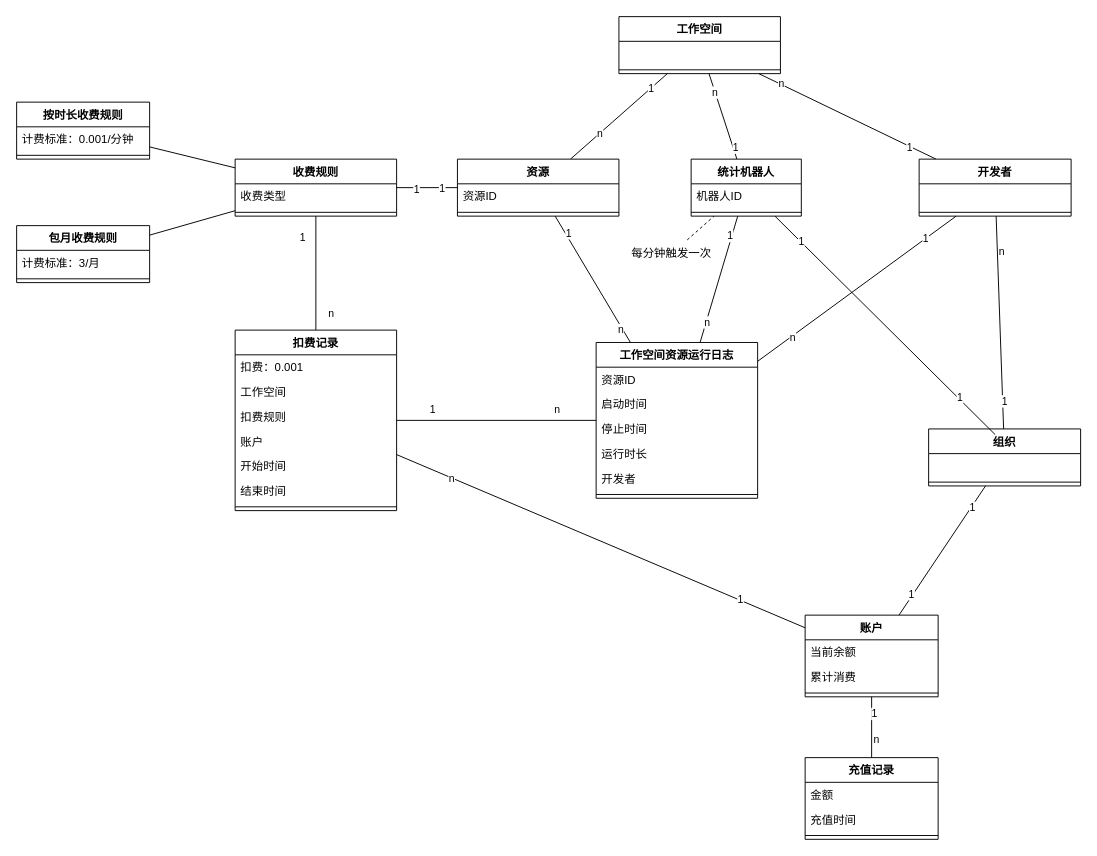
Above: page "领域模型-收费" (4 of 5) of _design_file/03.domain/001.domain.drawio in tatawind/cloud-workspace-docs (draw.io), before the change. Source tidied: cells renumbered, new cells numbered last; positions are measured from the earlier drawing's top-left corner, leaving out a move shared by most shapes. Both pictures are drawn from the tidied source at 95%, with x=0, y=0 at pixel (16, 16).
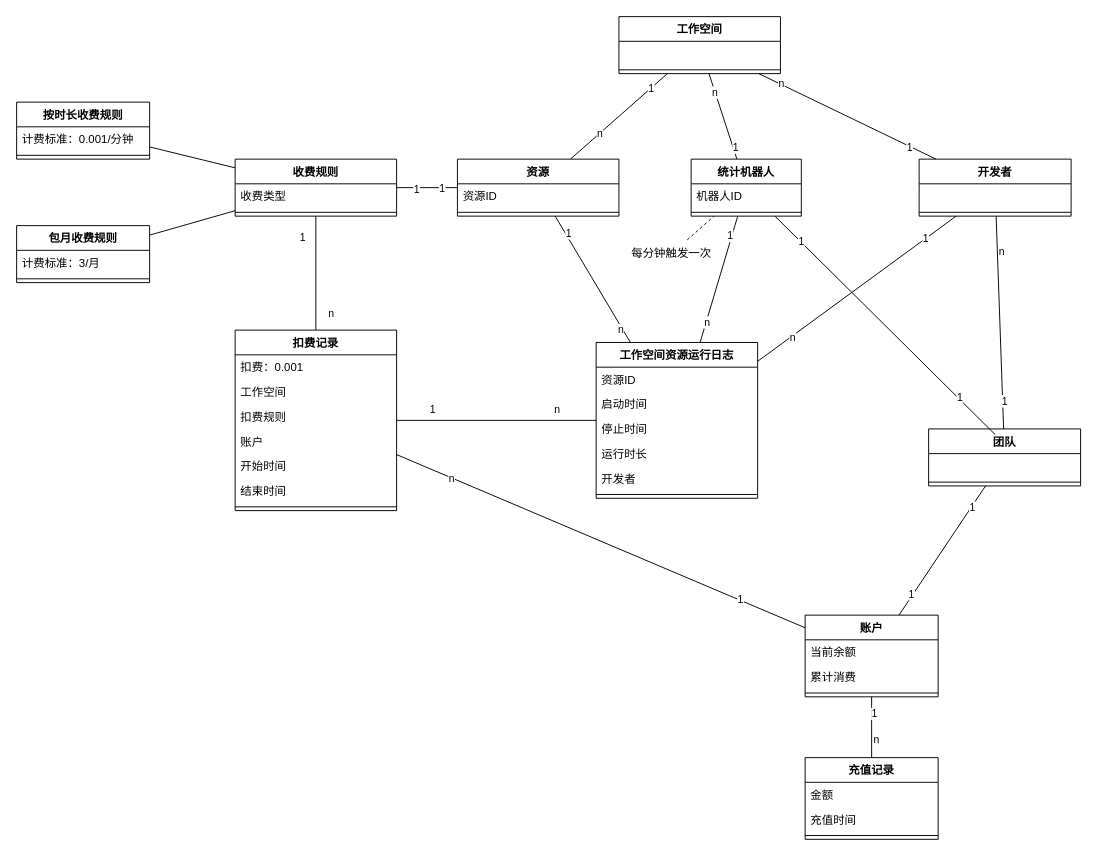
The same diagram, later.

Change to the diagram source:
```diff
@@
-    <mxCell id="69" value="组织" style="swimlane;fontStyle=1;align=center;verticalAlign=top;horizontal=1;startSize=26;" parent="1" vertex="1">
+    <mxCell id="69" value="团队" style="swimlane;fontStyle=1;align=center;verticalAlign=top;horizontal=1;startSize=26;" parent="1" vertex="1">
       <mxGeometry x="960" y="434" width="160" height="60" as="geometry" />
     </mxCell>
```
